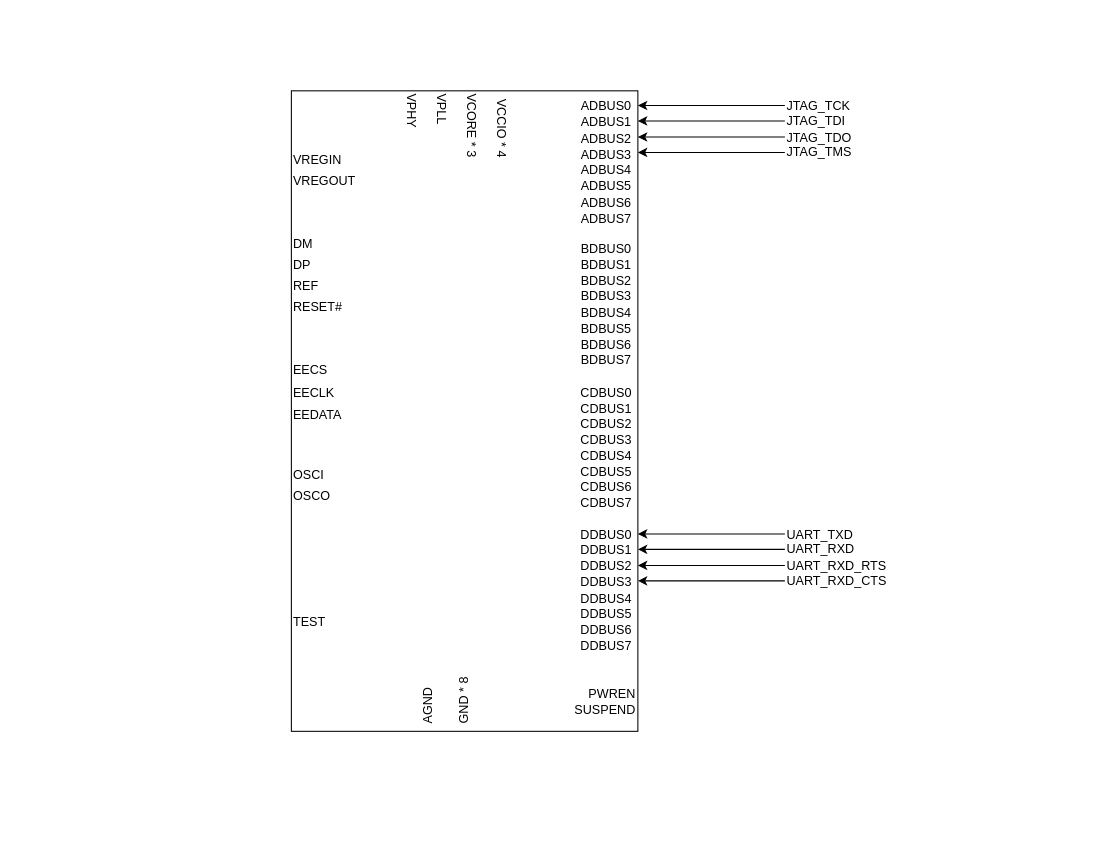
Earlier version of the draw.io diagram chroma/uart 2 microusb adapter board/sch.drawio (YZchen3467/drawio). Source tidied: cells renumbered, new cells numbered last; positions are measured from the earlier drawing's top-left corner, leaving out a move shared by most shapes. Both pictures are drawn from the tidied source at 105%, with x=0, y=0 at pixel (291, 90).
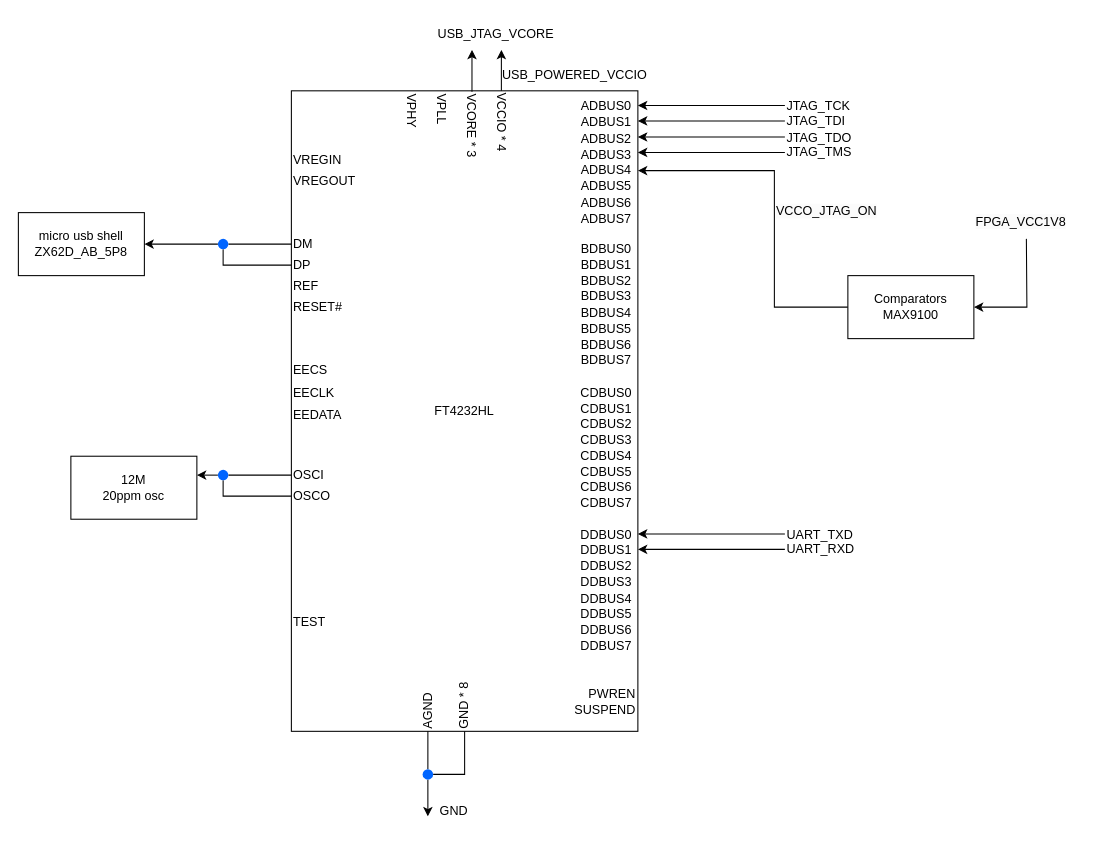
The same page after the edit.

The change refers to these unchanged cells:
```xml
<mxCell id="6" style="group;" parent="1" vertex="1">
  <mxGeometry x="470" y="408" width="60" height="74" as="geometry" />
</mxCell>
<mxCell id="11" style="group;" parent="1" vertex="1">
  <mxGeometry width="330" height="610" as="geometry" />
</mxCell>
<mxCell id="19" value="ADBUS4" style="text;html=1;strokeColor=none;fillColor=none;align=center;verticalAlign=middle;whiteSpace=wrap;rounded=0;" parent="13" vertex="1">
  <mxGeometry y="61" width="60" height="30" as="geometry" />
</mxCell>
<mxCell id="54" style="group;align=left;horizontal=1;flipH=0;" parent="11" vertex="1">
  <mxGeometry x="100" y="1" width="115" height="70" as="geometry" />
</mxCell>
<mxCell id="56" value="VCORE * 3" style="text;html=1;strokeColor=none;fillColor=none;align=left;verticalAlign=middle;whiteSpace=wrap;rounded=0;direction=east;rotation=90;" parent="54" vertex="1">
  <mxGeometry x="37" y="20" width="70" height="30" as="geometry" />
</mxCell>
<mxCell id="72" value="OSCI" style="text;html=1;strokeColor=none;fillColor=none;align=left;verticalAlign=middle;whiteSpace=wrap;rounded=0;direction=east;rotation=0;" parent="71" vertex="1">
  <mxGeometry width="60" height="30" as="geometry" />
</mxCell>
<mxCell id="73" value="OSCO" style="text;html=1;strokeColor=none;fillColor=none;align=left;verticalAlign=middle;whiteSpace=wrap;rounded=0;direction=east;rotation=0;" parent="71" vertex="1">
  <mxGeometry y="20" width="60" height="30" as="geometry" />
</mxCell>
```

What changed in the source:
```diff
@@
-    <mxCell id="4" style="endArrow=classic;html=1;entryX=1;entryY=0.5;entryDx=0;entryDy=0;align=left;" parent="1" edge="1">
-      <mxGeometry relative="1" as="geometry">
-        <mxPoint x="470" y="452" as="sourcePoint" />
-        <mxPoint x="330" y="452" as="targetPoint" />
-      </mxGeometry>
-    </mxCell>
-    <mxCell id="5" style="endArrow=classic;html=1;entryX=1;entryY=0.5;entryDx=0;entryDy=0;align=left;" parent="1" edge="1">
-      <mxGeometry relative="1" as="geometry">
-        <mxPoint x="470" y="466.7" as="sourcePoint" />
-        <mxPoint x="330" y="466.7" as="targetPoint" />
-      </mxGeometry>
-    </mxCell>
@@
-    <mxCell id="9" value="UART_RXD_RTS" style="text;html=1;strokeColor=none;fillColor=none;align=left;verticalAlign=middle;whiteSpace=wrap;rounded=0;" parent="6" vertex="1">
-      <mxGeometry y="30" width="60" height="30" as="geometry" />
-    </mxCell>
-    <mxCell id="10" value="UART_RXD_CTS" style="text;html=1;strokeColor=none;fillColor=none;align=left;verticalAlign=middle;whiteSpace=wrap;rounded=0;" parent="6" vertex="1">
-      <mxGeometry y="44" width="60" height="30" as="geometry" />
-    </mxCell>
@@
-    <mxCell id="12" style="rounded=0;whiteSpace=wrap;html=1;" parent="11" vertex="1">
+    <mxCell id="12" value="FT4232HL" style="rounded=0;whiteSpace=wrap;html=1;" parent="11" vertex="1">
       <mxGeometry width="330" height="610" as="geometry" />
     </mxCell>
@@
     <mxCell id="52" value="GND * 8" style="text;html=1;strokeColor=none;fillColor=none;align=left;verticalAlign=middle;whiteSpace=wrap;rounded=0;direction=east;rotation=-90;" parent="11" vertex="1">
-      <mxGeometry x="135" y="560" width="60" height="30" as="geometry" />
+      <mxGeometry x="135" y="565" width="60" height="30" as="geometry" />
     </mxCell>
     <mxCell id="53" value="AGND" style="text;html=1;strokeColor=none;fillColor=none;align=left;verticalAlign=middle;whiteSpace=wrap;rounded=0;direction=east;rotation=-90;" parent="11" vertex="1">
-      <mxGeometry x="100" y="560" width="60" height="30" as="geometry" />
+      <mxGeometry x="100" y="565" width="60" height="30" as="geometry" />
     </mxCell>
@@
     <mxCell id="55" value="VCCIO * 4" style="text;html=1;strokeColor=none;fillColor=none;align=left;verticalAlign=middle;whiteSpace=wrap;rounded=0;direction=east;rotation=90;" parent="54" vertex="1">
-      <mxGeometry x="70" y="20" width="60" height="30" as="geometry" />
+      <mxGeometry x="70" y="14" width="60" height="30" as="geometry" />
     </mxCell>
@@
+    <mxCell id="83" value="&lt;span style=&quot;color: rgb(0, 0, 0); font-family: Helvetica; font-size: 12px; font-style: normal; font-variant-ligatures: normal; font-variant-caps: normal; font-weight: 400; letter-spacing: normal; orphans: 2; text-align: left; text-indent: 0px; text-transform: none; widows: 2; word-spacing: 0px; -webkit-text-stroke-width: 0px; background-color: rgb(251, 251, 251); text-decoration-thickness: initial; text-decoration-style: initial; text-decoration-color: initial; float: none; display: inline !important;&quot;&gt;VCCO_JTAG_ON&lt;/span&gt;" style="text;whiteSpace=wrap;html=1;" parent="1" vertex="1">
+      <mxGeometry x="460" y="101" width="100" height="40" as="geometry" />
+    </mxCell>
+    <mxCell id="84" style="endArrow=classic;html=1;exitX=0;exitY=0.5;exitDx=0;exitDy=0;startArrow=none;" parent="1" edge="1" source="87">
+      <mxGeometry relative="1" as="geometry">
+        <mxPoint x="-90" y="366" as="targetPoint" />
+      </mxGeometry>
+    </mxCell>
+    <mxCell id="85" style="edgeStyle=elbowEdgeStyle;html=1;exitX=0;exitY=0.5;exitDx=0;exitDy=0;rounded=0;entryX=0.5;entryY=1;entryDx=0;entryDy=0;endArrow=none;endFill=0;" parent="1" edge="1" source="73" target="87">
+      <mxGeometry relative="1" as="geometry">
+        <Array as="points">
+          <mxPoint x="-65" y="381" />
+        </Array>
+      </mxGeometry>
+    </mxCell>
+    <mxCell id="86" style="endArrow=none;html=1;exitX=0;exitY=0.5;exitDx=0;exitDy=0;" parent="1" edge="1" source="72" target="87">
+      <mxGeometry relative="1" as="geometry" />
+    </mxCell>
+    <mxCell id="87" style="shape=ellipse;fillColor=#0065FF;strokeColor=none;html=1;sketch=0;" parent="1" vertex="1">
+      <mxGeometry x="-70" y="361" width="10" height="10" as="geometry" />
+    </mxCell>
+    <mxCell id="88" value="12M&lt;br&gt;20ppm osc" style="rounded=0;whiteSpace=wrap;html=1;" parent="1" vertex="1">
+      <mxGeometry x="-210" y="348" width="120" height="60" as="geometry" />
+    </mxCell>
+    <mxCell id="89" value="micro usb shell&lt;br&gt;ZX62D_AB_5P8" style="rounded=0;whiteSpace=wrap;html=1;" parent="1" vertex="1">
+      <mxGeometry x="-260" y="116" width="120" height="60" as="geometry" />
+    </mxCell>
+    <mxCell id="90" style="endArrow=classic;html=1;exitX=0;exitY=0.5;exitDx=0;exitDy=0;startArrow=none;entryX=1;entryY=0.5;entryDx=0;entryDy=0;" parent="1" edge="1" target="89">
+      <mxGeometry relative="1" as="geometry">
+        <mxPoint x="-70" y="146" as="sourcePoint" />
+      </mxGeometry>
+    </mxCell>
+    <mxCell id="91" style="edgeStyle=elbowEdgeStyle;html=1;exitX=0;exitY=0.5;exitDx=0;exitDy=0;rounded=0;entryX=0.5;entryY=1;entryDx=0;entryDy=0;endArrow=none;endFill=0;" parent="1" edge="1">
+      <mxGeometry relative="1" as="geometry">
+        <mxPoint y="166" as="sourcePoint" />
+        <mxPoint x="-65" y="151" as="targetPoint" />
+        <Array as="points">
+          <mxPoint x="-65" y="161" />
+        </Array>
+      </mxGeometry>
+    </mxCell>
+    <mxCell id="92" style="endArrow=none;html=1;exitX=0;exitY=0.5;exitDx=0;exitDy=0;" parent="1" edge="1">
+      <mxGeometry relative="1" as="geometry">
+        <mxPoint y="146" as="sourcePoint" />
+        <mxPoint x="-60" y="146" as="targetPoint" />
+      </mxGeometry>
+    </mxCell>
+    <mxCell id="93" style="shape=ellipse;fillColor=#0065FF;strokeColor=none;html=1;sketch=0;" parent="1" vertex="1">
+      <mxGeometry x="-70" y="141" width="10" height="10" as="geometry" />
+    </mxCell>
+    <mxCell id="94" style="edgeStyle=elbowEdgeStyle;rounded=0;html=1;entryX=1;entryY=0.5;entryDx=0;entryDy=0;endArrow=classic;endFill=1;" parent="1" edge="1" source="96" target="19">
+      <mxGeometry relative="1" as="geometry">
+        <Array as="points">
+          <mxPoint x="460" y="141" />
+        </Array>
+      </mxGeometry>
+    </mxCell>
+    <mxCell id="95" style="edgeStyle=orthogonalEdgeStyle;rounded=0;html=1;endArrow=none;endFill=0;startArrow=classic;startFill=1;" parent="1" edge="1" source="96">
+      <mxGeometry relative="1" as="geometry">
+        <mxPoint x="700" y="141" as="targetPoint" />
+      </mxGeometry>
+    </mxCell>
+    <mxCell id="96" value="Comparators&lt;br&gt;MAX9100" style="rounded=0;whiteSpace=wrap;html=1;" parent="1" vertex="1">
+      <mxGeometry x="530" y="176" width="120" height="60" as="geometry" />
+    </mxCell>
+    <mxCell id="97" style="edgeStyle=orthogonalEdgeStyle;rounded=0;html=1;endArrow=none;endFill=0;entryX=1;entryY=0.5;entryDx=0;entryDy=0;" parent="1" edge="1" source="52" target="100">
+      <mxGeometry relative="1" as="geometry">
+        <Array as="points">
+          <mxPoint x="165" y="651" />
+        </Array>
+      </mxGeometry>
+    </mxCell>
+    <mxCell id="98" style="edgeStyle=elbowEdgeStyle;rounded=0;html=1;endArrow=none;endFill=0;" parent="1" edge="1" source="53" target="100">
+      <mxGeometry relative="1" as="geometry" />
+    </mxCell>
+    <mxCell id="99" style="edgeStyle=orthogonalEdgeStyle;rounded=0;html=1;endArrow=classic;endFill=1;" parent="1" edge="1" source="100">
+      <mxGeometry relative="1" as="geometry">
+        <mxPoint x="130" y="691" as="targetPoint" />
+      </mxGeometry>
+    </mxCell>
+    <mxCell id="100" style="shape=ellipse;fillColor=#0065FF;strokeColor=none;html=1;sketch=0;" parent="1" vertex="1">
+      <mxGeometry x="125" y="646" width="10" height="10" as="geometry" />
+    </mxCell>
+    <mxCell id="101" value="GND" style="text;html=1;strokeColor=none;fillColor=none;align=center;verticalAlign=middle;whiteSpace=wrap;rounded=0;" parent="1" vertex="1">
+      <mxGeometry x="125" y="671" width="60" height="30" as="geometry" />
+    </mxCell>
+    <mxCell id="102" style="edgeStyle=orthogonalEdgeStyle;rounded=0;html=1;endArrow=classic;endFill=1;" parent="1" edge="1" source="55">
+      <mxGeometry relative="1" as="geometry">
+        <mxPoint x="200" y="-39" as="targetPoint" />
+      </mxGeometry>
+    </mxCell>
+    <mxCell id="103" value="USB_POWERED_VCCIO" style="text;html=1;strokeColor=none;fillColor=none;align=center;verticalAlign=middle;whiteSpace=wrap;rounded=0;" parent="1" vertex="1">
+      <mxGeometry x="240" y="-30" width="60" height="30" as="geometry" />
+    </mxCell>
+    <mxCell id="104" style="edgeStyle=orthogonalEdgeStyle;rounded=0;html=1;endArrow=classic;endFill=1;" parent="1" edge="1" source="56">
+      <mxGeometry relative="1" as="geometry">
+        <mxPoint x="172" y="-39" as="targetPoint" />
+      </mxGeometry>
+    </mxCell>
+    <mxCell id="105" value="USB_JTAG_VCORE" style="text;html=1;strokeColor=none;fillColor=none;align=center;verticalAlign=middle;whiteSpace=wrap;rounded=0;" parent="1" vertex="1">
+      <mxGeometry x="165" y="-69" width="60" height="30" as="geometry" />
+    </mxCell>
+    <mxCell id="106" value="&lt;span style=&quot;color: rgb(0, 0, 0); font-family: Helvetica; font-size: 12px; font-style: normal; font-variant-ligatures: normal; font-variant-caps: normal; font-weight: 400; letter-spacing: normal; orphans: 2; text-align: left; text-indent: 0px; text-transform: none; widows: 2; word-spacing: 0px; -webkit-text-stroke-width: 0px; background-color: rgb(251, 251, 251); text-decoration-thickness: initial; text-decoration-style: initial; text-decoration-color: initial; float: none; display: inline !important;&quot;&gt;FPGA_VCC1V8&lt;/span&gt;" style="text;whiteSpace=wrap;html=1;" parent="1" vertex="1">
+      <mxGeometry x="650" y="111" width="100" height="40" as="geometry" />
+    </mxCell>
```
